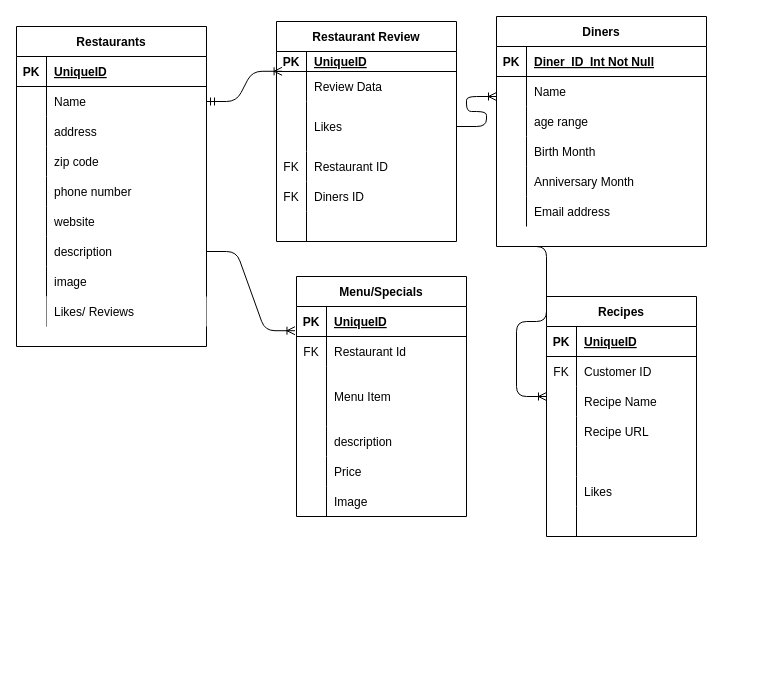
Above: erd.drawio in msjanellej/VegetarianRestaurantFinder (draw.io), before the change. Source tidied: cells renumbered, new cells numbered last; positions are measured from the earlier drawing's top-left corner, leaving out a move shared by most shapes. Both pictures are drawn from the tidied source at 100%, with x=0, y=0 at pixel (16, 16).
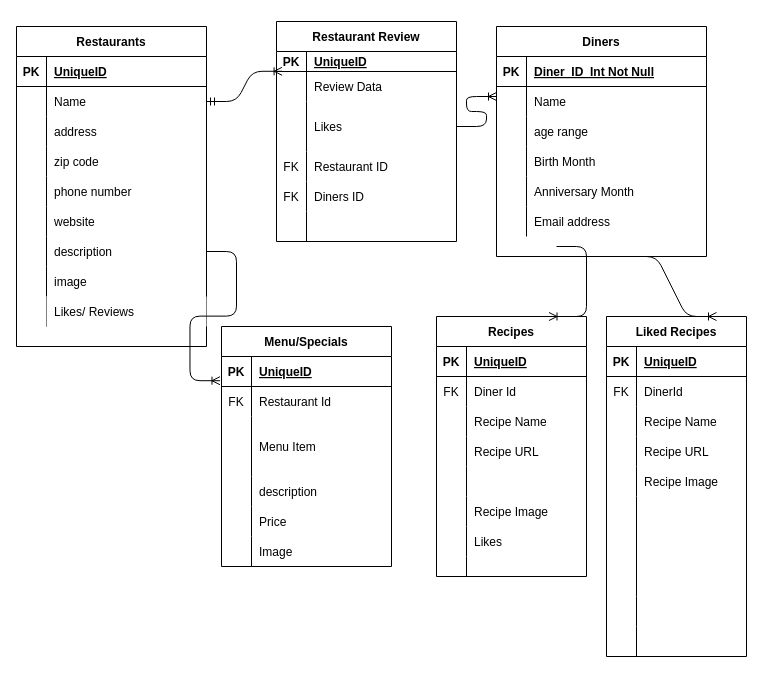
The same diagram, later.

Unchanged cells that the change refers to:
```xml
<mxCell id="94" style="shape=partialRectangle;fillColor=none;top=0;left=0;bottom=0;right=0;" parent="90" vertex="1">
  <mxGeometry y="60" width="150" height="30" as="geometry" />
</mxCell>
```

Diff of the diagram source:
```diff
@@
     <mxCell id="2" value="Diners" style="shape=table;startSize=30;childLayout=tableLayout;rowLines=0;fontStyle=1;align=center;" parent="1" vertex="1">
-      <mxGeometry x="480" width="210" height="230" as="geometry" />
+      <mxGeometry x="480" y="10" width="210" height="230" as="geometry" />
     </mxCell>
@@
     <mxCell id="49" value="Menu/Specials" style="shape=table;startSize=30;childLayout=tableLayout;rowLines=0;fontStyle=1;align=center;strokeColor=#000000;" parent="1" vertex="1">
-      <mxGeometry x="280" y="260" width="170" height="240" as="geometry" />
+      <mxGeometry x="205" y="310" width="170" height="240" as="geometry" />
     </mxCell>
@@
     <mxCell id="90" value="Recipes" style="shape=table;startSize=30;childLayout=tableLayout;rowLines=0;fontStyle=1;align=center;" parent="1" vertex="1">
-      <mxGeometry x="530" y="280" width="150" height="240" as="geometry" />
+      <mxGeometry x="420" y="300" width="150" height="260" as="geometry" />
     </mxCell>
@@
-    <mxCell id="96" value="Customer ID" style="shape=partialRectangle;fillColor=none;top=0;left=0;bottom=0;right=0;align=left;spacingLeft=6;fontStyle=0;overflow=hidden;" parent="94" vertex="1">
+    <mxCell id="96" value="Diner Id" style="shape=partialRectangle;fillColor=none;top=0;left=0;bottom=0;right=0;align=left;spacingLeft=6;fontStyle=0;overflow=hidden;" parent="94" vertex="1">
       <mxGeometry x="30" width="120" height="30" as="geometry" />
     </mxCell>
@@
+    <mxCell id="113" style="shape=partialRectangle;fillColor=none;top=0;left=0;bottom=0;right=0;" parent="90" vertex="1">
+      <mxGeometry y="180" width="150" height="30" as="geometry" />
+    </mxCell>
+    <mxCell id="114" style="shape=partialRectangle;fillColor=none;top=0;left=0;bottom=0;right=0;overflow=hidden;" parent="113" vertex="1">
+      <mxGeometry width="30" height="30" as="geometry" />
+    </mxCell>
+    <mxCell id="115" value="Recipe Image" style="shape=partialRectangle;fillColor=none;top=0;left=0;bottom=0;right=0;align=left;spacingLeft=6;overflow=hidden;" parent="113" vertex="1">
+      <mxGeometry x="30" width="120" height="30" as="geometry" />
+    </mxCell>
     <mxCell id="106" style="shape=partialRectangle;fillColor=none;top=0;left=0;bottom=0;right=0;" parent="90" vertex="1">
-      <mxGeometry y="180" width="150" height="30" as="geometry" />
+      <mxGeometry y="210" width="150" height="30" as="geometry" />
     </mxCell>
@@
     <mxCell id="109" style="shape=partialRectangle;fillColor=none;top=0;left=0;bottom=0;right=0;" parent="90" vertex="1">
-      <mxGeometry y="210" width="150" height="30" as="geometry" />
+      <mxGeometry y="240" width="150" height="20" as="geometry" />
     </mxCell>
     <mxCell id="110" style="shape=partialRectangle;fillColor=none;top=0;left=0;bottom=0;right=0;overflow=hidden;" parent="109" vertex="1">
-      <mxGeometry width="30" height="30" as="geometry" />
+      <mxGeometry width="30" height="20" as="geometry" />
     </mxCell>
     <mxCell id="111" style="shape=partialRectangle;fillColor=none;top=0;left=0;bottom=0;right=0;align=left;spacingLeft=6;overflow=hidden;" parent="109" vertex="1">
-      <mxGeometry x="30" width="120" height="30" as="geometry" />
+      <mxGeometry x="30" width="120" height="20" as="geometry" />
     </mxCell>
-    <mxCell id="112" style="edgeStyle=entityRelationEdgeStyle;fontSize=12;html=1;endArrow=ERoneToMany;" parent="1" edge="1">
+    <mxCell id="112" style="edgeStyle=entityRelationEdgeStyle;fontSize=12;html=1;endArrow=ERoneToMany;entryX=0.75;entryY=0;entryDx=0;entryDy=0;" parent="1" edge="1" target="90">
       <mxGeometry relative="1" as="geometry">
-        <mxPoint x="500" y="230" as="sourcePoint" />
-        <mxPoint x="530" y="380" as="targetPoint" />
+        <mxPoint x="540" y="230" as="sourcePoint" />
       </mxGeometry>
     </mxCell>
+    <mxCell id="116" value="Liked Recipes" style="shape=table;startSize=30;childLayout=tableLayout;rowLines=0;fontStyle=1;align=center;" parent="1" vertex="1">
+      <mxGeometry x="590" y="300" width="140" height="340" as="geometry" />
+    </mxCell>
+    <mxCell id="117" style="shape=partialRectangle;fillColor=none;top=0;left=0;bottom=1;right=0;" parent="116" vertex="1">
+      <mxGeometry y="30" width="140" height="30" as="geometry" />
+    </mxCell>
+    <mxCell id="118" value="PK" style="shape=partialRectangle;fillColor=none;top=0;left=0;bottom=0;right=0;fontStyle=1;overflow=hidden;" parent="117" vertex="1">
+      <mxGeometry width="30" height="30" as="geometry" />
+    </mxCell>
+    <mxCell id="119" value="UniqueID" style="shape=partialRectangle;fillColor=none;top=0;left=0;bottom=0;right=0;align=left;spacingLeft=6;fontStyle=5;overflow=hidden;" parent="117" vertex="1">
+      <mxGeometry x="30" width="110" height="30" as="geometry" />
+    </mxCell>
+    <mxCell id="120" style="shape=partialRectangle;fillColor=none;top=0;left=0;bottom=0;right=0;" parent="116" vertex="1">
+      <mxGeometry y="60" width="140" height="30" as="geometry" />
+    </mxCell>
+    <mxCell id="121" value="FK" style="shape=partialRectangle;fillColor=none;top=0;left=0;bottom=0;right=0;fontStyle=0;overflow=hidden;" parent="120" vertex="1">
+      <mxGeometry width="30" height="30" as="geometry" />
+    </mxCell>
+    <mxCell id="122" value="DinerId" style="shape=partialRectangle;fillColor=none;top=0;left=0;bottom=0;right=0;align=left;spacingLeft=6;fontStyle=0;overflow=hidden;" parent="120" vertex="1">
+      <mxGeometry x="30" width="110" height="30" as="geometry" />
+    </mxCell>
+    <mxCell id="123" style="shape=partialRectangle;fillColor=none;top=0;left=0;bottom=0;right=0;" parent="116" vertex="1">
+      <mxGeometry y="90" width="140" height="30" as="geometry" />
+    </mxCell>
+    <mxCell id="124" style="shape=partialRectangle;fillColor=none;top=0;left=0;bottom=0;right=0;overflow=hidden;" parent="123" vertex="1">
+      <mxGeometry width="30" height="30" as="geometry" />
+    </mxCell>
+    <mxCell id="125" value="Recipe Name" style="shape=partialRectangle;fillColor=none;top=0;left=0;bottom=0;right=0;align=left;spacingLeft=6;overflow=hidden;" parent="123" vertex="1">
+      <mxGeometry x="30" width="110" height="30" as="geometry" />
+    </mxCell>
+    <mxCell id="126" style="shape=partialRectangle;fillColor=none;top=0;left=0;bottom=0;right=0;" parent="116" vertex="1">
+      <mxGeometry y="120" width="140" height="30" as="geometry" />
+    </mxCell>
+    <mxCell id="127" style="shape=partialRectangle;fillColor=none;top=0;left=0;bottom=0;right=0;overflow=hidden;" parent="126" vertex="1">
+      <mxGeometry width="30" height="30" as="geometry" />
+    </mxCell>
+    <mxCell id="128" value="Recipe URL" style="shape=partialRectangle;fillColor=none;top=0;left=0;bottom=0;right=0;align=left;spacingLeft=6;overflow=hidden;" parent="126" vertex="1">
+      <mxGeometry x="30" width="110" height="30" as="geometry" />
+    </mxCell>
+    <mxCell id="129" style="shape=partialRectangle;fillColor=none;top=0;left=0;bottom=0;right=0;" parent="116" vertex="1">
+      <mxGeometry y="150" width="140" height="30" as="geometry" />
+    </mxCell>
+    <mxCell id="130" style="shape=partialRectangle;fillColor=none;top=0;left=0;bottom=0;right=0;overflow=hidden;" parent="129" vertex="1">
+      <mxGeometry width="30" height="30" as="geometry" />
+    </mxCell>
+    <mxCell id="131" value="Recipe Image" style="shape=partialRectangle;fillColor=none;top=0;left=0;bottom=0;right=0;align=left;spacingLeft=6;overflow=hidden;" parent="129" vertex="1">
+      <mxGeometry x="30" width="110" height="30" as="geometry" />
+    </mxCell>
+    <mxCell id="132" style="shape=partialRectangle;fillColor=none;top=0;left=0;bottom=0;right=0;" parent="116" vertex="1">
+      <mxGeometry y="180" width="140" height="100" as="geometry" />
+    </mxCell>
+    <mxCell id="133" style="shape=partialRectangle;fillColor=none;top=0;left=0;bottom=0;right=0;overflow=hidden;" parent="132" vertex="1">
+      <mxGeometry width="30" height="100" as="geometry" />
+    </mxCell>
+    <mxCell id="134" style="shape=partialRectangle;fillColor=none;top=0;left=0;bottom=0;right=0;align=left;spacingLeft=6;overflow=hidden;" parent="132" vertex="1">
+      <mxGeometry x="30" width="110" height="100" as="geometry" />
+    </mxCell>
+    <mxCell id="135" style="shape=partialRectangle;fillColor=none;top=0;left=0;bottom=0;right=0;" parent="116" vertex="1">
+      <mxGeometry y="280" width="140" height="30" as="geometry" />
+    </mxCell>
+    <mxCell id="136" style="shape=partialRectangle;fillColor=none;top=0;left=0;bottom=0;right=0;overflow=hidden;" parent="135" vertex="1">
+      <mxGeometry width="30" height="30" as="geometry" />
+    </mxCell>
+    <mxCell id="137" style="shape=partialRectangle;fillColor=none;top=0;left=0;bottom=0;right=0;align=left;spacingLeft=6;overflow=hidden;" parent="135" vertex="1">
+      <mxGeometry x="30" width="110" height="30" as="geometry" />
+    </mxCell>
+    <mxCell id="138" style="shape=partialRectangle;fillColor=none;top=0;left=0;bottom=0;right=0;" parent="116" vertex="1">
+      <mxGeometry y="310" width="140" height="30" as="geometry" />
+    </mxCell>
+    <mxCell id="139" style="shape=partialRectangle;fillColor=none;top=0;left=0;bottom=0;right=0;overflow=hidden;" parent="138" vertex="1">
+      <mxGeometry width="30" height="30" as="geometry" />
+    </mxCell>
+    <mxCell id="140" style="shape=partialRectangle;fillColor=none;top=0;left=0;bottom=0;right=0;align=left;spacingLeft=6;overflow=hidden;" parent="138" vertex="1">
+      <mxGeometry x="30" width="110" height="30" as="geometry" />
+    </mxCell>
+    <mxCell id="141" style="edgeStyle=entityRelationEdgeStyle;fontSize=12;html=1;endArrow=ERoneToMany;" parent="1" edge="1">
+      <mxGeometry relative="1" as="geometry">
+        <mxPoint x="610" y="240" as="sourcePoint" />
+        <mxPoint x="700" y="300" as="targetPoint" />
+      </mxGeometry>
+    </mxCell>
```
